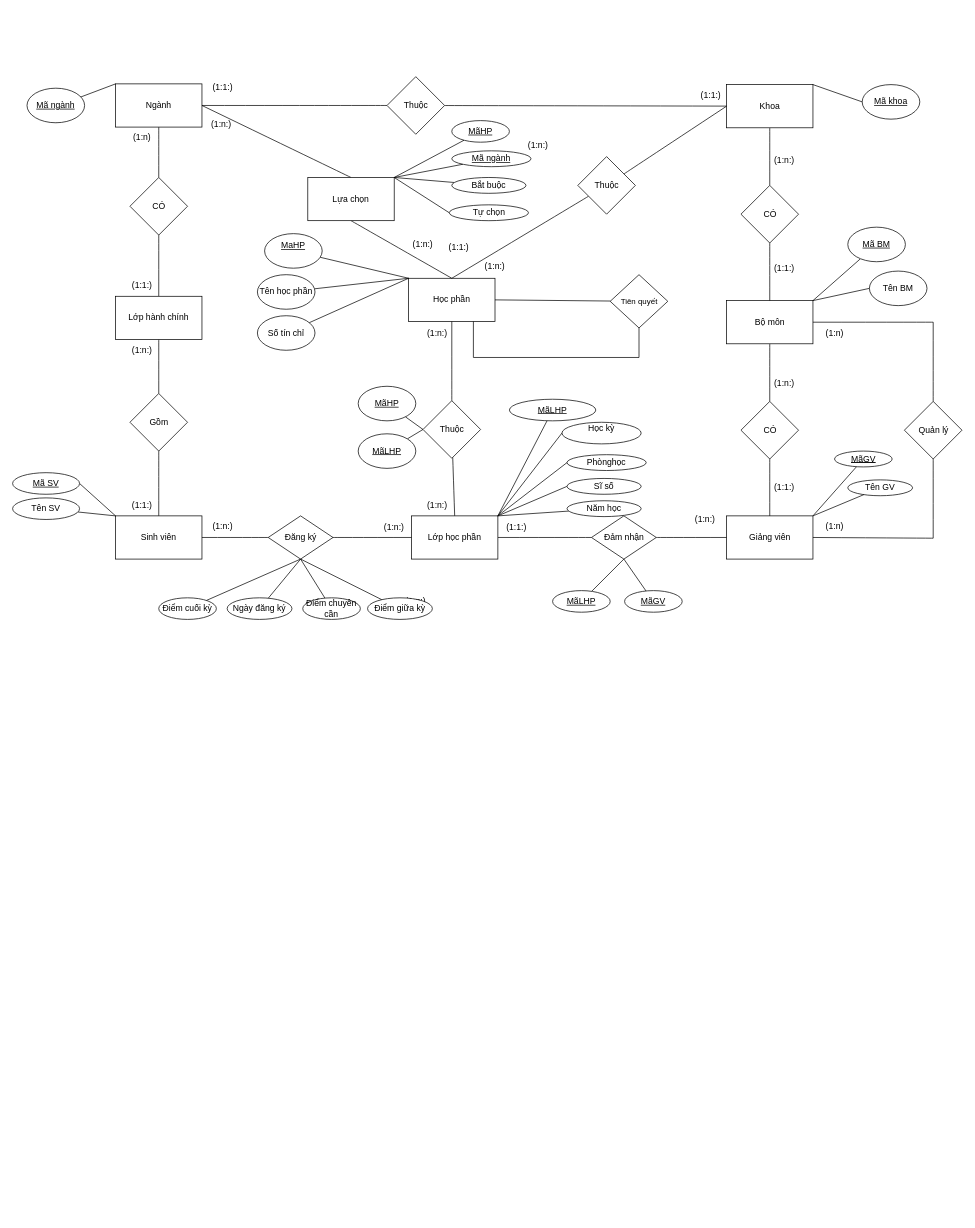
Earlier version of the draw.io diagram Diagram.drawio (daphne02/ASPNET-Ecommerce-WebApp). Source tidied: cells renumbered, new cells numbered last; positions are measured from the earlier drawing's top-left corner, leaving out a move shared by most shapes. Both pictures are drawn from the tidied source at 72%, with x=0, y=0 at pixel (12, 76).
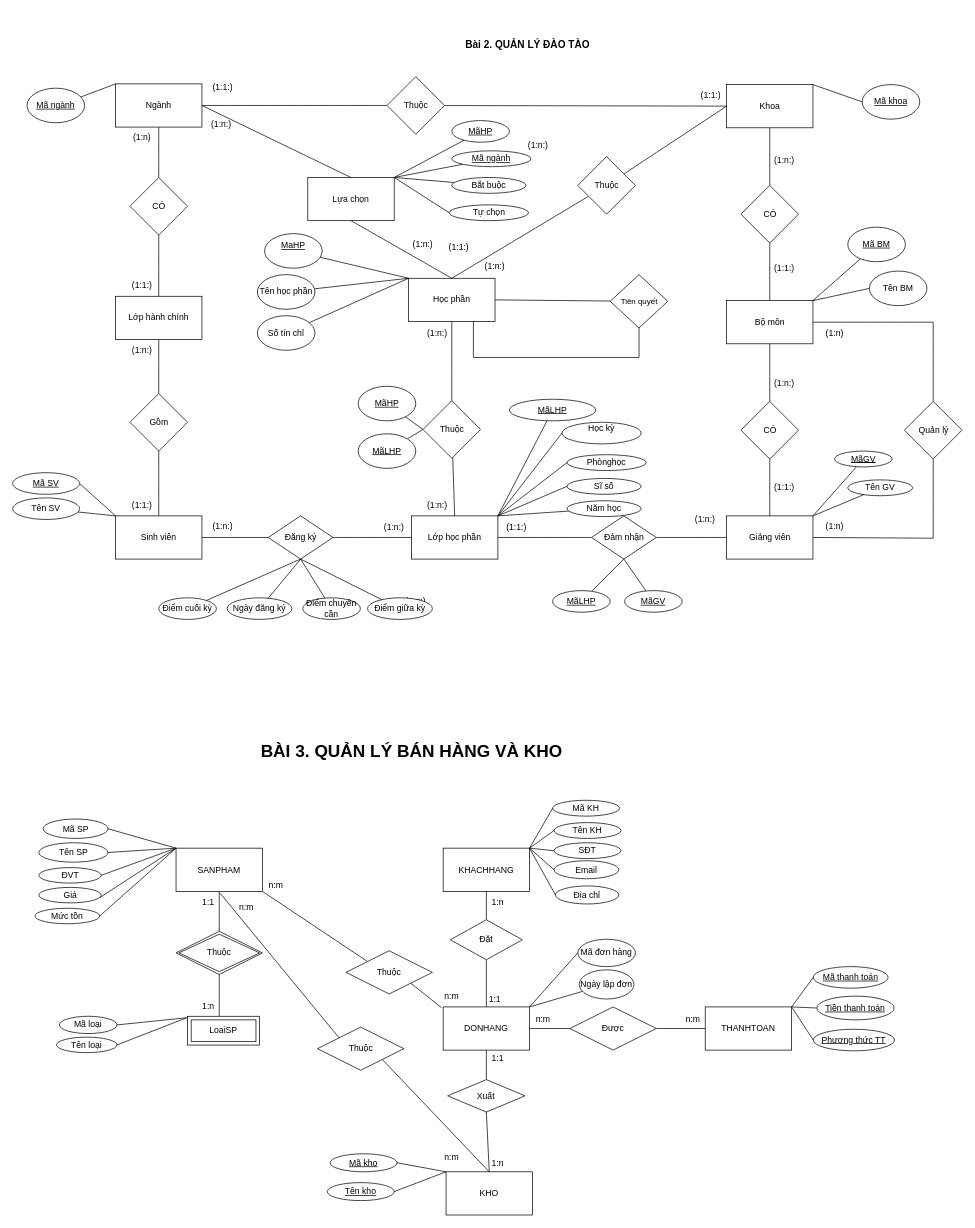
The same diagram, later.

Change to the diagram source:
```diff
@@
+    <mxCell id="130" value="&lt;b&gt;&lt;font style=&quot;font-size: 14px;&quot;&gt;Bài 2. QUẢN LÝ ĐÀO TÀO&lt;/font&gt;&lt;/b&gt;" style="text;html=1;whiteSpace=wrap;strokeColor=none;fillColor=none;align=center;verticalAlign=middle;rounded=0;" parent="1" vertex="1">
+      <mxGeometry x="625" y="-89" width="181" height="89" as="geometry" />
+    </mxCell>
+    <mxCell id="131" value="&lt;b&gt;&lt;font style=&quot;font-size: 24px;&quot;&gt;BÀI 3. QUẢN LÝ BÁN HÀNG VÀ KHO&lt;/font&gt;&lt;/b&gt;" style="text;strokeColor=none;fillColor=none;align=left;verticalAlign=middle;spacingLeft=4;spacingRight=4;overflow=hidden;whiteSpace=wrap;html=1;" parent="1" vertex="1">
+      <mxGeometry x="339" y="904" width="434" height="65" as="geometry" />
+    </mxCell>
+    <mxCell id="132" value="SANPHAM" style="rounded=0;whiteSpace=wrap;html=1;" parent="1" vertex="1">
+      <mxGeometry x="227" y="1071.5" width="120" height="60" as="geometry" />
+    </mxCell>
+    <mxCell id="133" value="KHACHHANG" style="rounded=0;whiteSpace=wrap;html=1;" parent="1" vertex="1">
+      <mxGeometry x="598" y="1071.5" width="120" height="60" as="geometry" />
+    </mxCell>
+    <mxCell id="134" value="DONHANG" style="rounded=0;whiteSpace=wrap;html=1;" parent="1" vertex="1">
+      <mxGeometry x="598" y="1292" width="120" height="60" as="geometry" />
+    </mxCell>
+    <mxCell id="135" value="KHO" style="rounded=0;whiteSpace=wrap;html=1;" parent="1" vertex="1">
+      <mxGeometry x="602" y="1521" width="120" height="60" as="geometry" />
+    </mxCell>
+    <mxCell id="136" value="THANHTOAN" style="rounded=0;whiteSpace=wrap;html=1;" parent="1" vertex="1">
+      <mxGeometry x="962" y="1292" width="120" height="60" as="geometry" />
+    </mxCell>
+    <mxCell id="137" style="endArrow=none;html=1;rounded=0;exitX=0;exitY=0;exitDx=0;exitDy=0;entryX=1;entryY=0.5;entryDx=0;entryDy=0;" parent="1" edge="1" source="132" target="147">
+      <mxGeometry relative="1" as="geometry" />
+    </mxCell>
+    <mxCell id="138" style="endArrow=none;html=1;rounded=0;entryX=0;entryY=0;entryDx=0;entryDy=0;exitX=1;exitY=0.5;exitDx=0;exitDy=0;" parent="1" edge="1" source="146" target="132">
+      <mxGeometry relative="1" as="geometry" />
+    </mxCell>
+    <mxCell id="139" style="endArrow=none;html=1;rounded=0;exitX=1;exitY=0.5;exitDx=0;exitDy=0;entryX=0;entryY=0;entryDx=0;entryDy=0;" parent="1" edge="1" source="145" target="132">
+      <mxGeometry relative="1" as="geometry" />
+    </mxCell>
+    <mxCell id="140" style="endArrow=none;html=1;rounded=0;exitX=1;exitY=0.5;exitDx=0;exitDy=0;entryX=0;entryY=0.5;entryDx=0;entryDy=0;" parent="1" edge="1" source="189" target="136">
+      <mxGeometry relative="1" as="geometry" />
+    </mxCell>
+    <mxCell id="141" style="endArrow=none;html=1;rounded=0;entryX=0.5;entryY=1;entryDx=0;entryDy=0;exitX=0.5;exitY=0;exitDx=0;exitDy=0;" parent="1" edge="1" source="187" target="134">
+      <mxGeometry relative="1" as="geometry" />
+    </mxCell>
+    <mxCell id="142" style="endArrow=none;html=1;rounded=0;entryX=0.5;entryY=1;entryDx=0;entryDy=0;exitX=0.5;exitY=0;exitDx=0;exitDy=0;" parent="1" edge="1" source="185" target="133">
+      <mxGeometry relative="1" as="geometry" />
+    </mxCell>
+    <mxCell id="143" style="endArrow=none;html=1;rounded=0;entryX=0.5;entryY=1;entryDx=0;entryDy=0;exitX=0;exitY=0;exitDx=0;exitDy=0;" parent="1" edge="1" source="182">
+      <mxGeometry relative="1" as="geometry">
+        <mxPoint x="288" y="1133.8" as="targetPoint" />
+      </mxGeometry>
+    </mxCell>
+    <mxCell id="144" style="endArrow=none;html=1;rounded=0;exitX=0.5;exitY=1;exitDx=0;exitDy=0;entryX=0.5;entryY=0;entryDx=0;entryDy=0;" parent="1" edge="1" source="132" target="205">
+      <mxGeometry relative="1" as="geometry">
+        <Array as="points">
+          <mxPoint x="287" y="1148.8" />
+        </Array>
+      </mxGeometry>
+    </mxCell>
+    <mxCell id="145" value="Mã SP" style="ellipse;whiteSpace=wrap;html=1;shapeInside=1;" parent="1" vertex="1">
+      <mxGeometry x="42.5" y="1031" width="90" height="27" as="geometry" />
+    </mxCell>
+    <mxCell id="146" value="Tên SP" style="ellipse;whiteSpace=wrap;html=1;shapeInside=1;" parent="1" vertex="1">
+      <mxGeometry x="36.5" y="1064" width="96" height="27" as="geometry" />
+    </mxCell>
+    <mxCell id="147" value="&lt;div&gt;ĐVT&lt;/div&gt;" style="ellipse;whiteSpace=wrap;html=1;shapeInside=1;" parent="1" vertex="1">
+      <mxGeometry x="36.5" y="1098.5" width="86.5" height="21.5" as="geometry" />
+    </mxCell>
+    <mxCell id="148" value="&lt;div&gt;Giá&lt;/div&gt;" style="ellipse;whiteSpace=wrap;html=1;shapeInside=1;" parent="1" vertex="1">
+      <mxGeometry x="36.5" y="1126" width="86.5" height="21.5" as="geometry" />
+    </mxCell>
+    <mxCell id="149" value="Mức tồn" style="ellipse;whiteSpace=wrap;html=1;shapeInside=1;" parent="1" vertex="1">
+      <mxGeometry x="31" y="1155" width="90" height="21.5" as="geometry" />
+    </mxCell>
+    <mxCell id="150" value="Mã loại" style="ellipse;whiteSpace=wrap;html=1;shapeInside=1;" parent="1" vertex="1">
+      <mxGeometry x="65" y="1305" width="80" height="24" as="geometry" />
+    </mxCell>
+    <mxCell id="151" value="&lt;div&gt;Tên loại&lt;/div&gt;" style="ellipse;whiteSpace=wrap;html=1;shapeInside=1;" parent="1" vertex="1">
+      <mxGeometry x="61" y="1334" width="84" height="21.5" as="geometry" />
+    </mxCell>
+    <mxCell id="152" value="Mã KH" style="ellipse;whiteSpace=wrap;html=1;shapeInside=1;" parent="1" vertex="1">
+      <mxGeometry x="750" y="1005" width="93" height="22" as="geometry" />
+    </mxCell>
+    <mxCell id="153" value="Tên KH" style="ellipse;whiteSpace=wrap;html=1;shapeInside=1;" parent="1" vertex="1">
+      <mxGeometry x="752" y="1036" width="93" height="22" as="geometry" />
+    </mxCell>
+    <mxCell id="154" value="Email" style="ellipse;whiteSpace=wrap;html=1;shapeInside=1;" parent="1" vertex="1">
+      <mxGeometry x="752" y="1089" width="90" height="25" as="geometry" />
+    </mxCell>
+    <mxCell id="155" value="&lt;div&gt;Mã đơn hàng&lt;/div&gt;" style="ellipse;whiteSpace=wrap;html=1;shapeInside=1;" parent="1" vertex="1">
+      <mxGeometry x="785" y="1198" width="80" height="38" as="geometry" />
+    </mxCell>
+    <mxCell id="156" value="Địa chỉ" style="ellipse;whiteSpace=wrap;html=1;shapeInside=1;" parent="1" vertex="1">
+      <mxGeometry x="754" y="1124" width="88" height="25" as="geometry" />
+    </mxCell>
+    <mxCell id="157" value="SĐT" style="ellipse;whiteSpace=wrap;html=1;shapeInside=1;" parent="1" vertex="1">
+      <mxGeometry x="752" y="1064" width="93" height="22" as="geometry" />
+    </mxCell>
+    <mxCell id="158" value="Ngày lập đơn" style="ellipse;whiteSpace=wrap;html=1;shapeInside=1;" parent="1" vertex="1">
+      <mxGeometry x="787" y="1240.5" width="76" height="40.5" as="geometry" />
+    </mxCell>
+    <mxCell id="159" value="Mã kho" style="ellipse;whiteSpace=wrap;html=1;shapeInside=1;fontStyle=4;" parent="1" vertex="1">
+      <mxGeometry x="441" y="1496" width="93" height="25" as="geometry" />
+    </mxCell>
+    <mxCell id="160" value="Tên kho" style="ellipse;whiteSpace=wrap;html=1;shapeInside=1;fontStyle=4;" parent="1" vertex="1">
+      <mxGeometry x="437" y="1536" width="93" height="25" as="geometry" />
+    </mxCell>
+    <mxCell id="161" value="Mã thanh toán" style="ellipse;whiteSpace=wrap;html=1;shapeInside=1;fontStyle=4;" parent="1" vertex="1">
+      <mxGeometry x="1112" y="1236" width="104" height="30" as="geometry" />
+    </mxCell>
+    <mxCell id="162" value="Tiền thanh toán" style="ellipse;whiteSpace=wrap;html=1;shapeInside=1;fontStyle=4;" parent="1" vertex="1">
+      <mxGeometry x="1117" y="1277" width="107.4" height="33" as="geometry" />
+    </mxCell>
+    <mxCell id="163" value="Phương thức TT" style="ellipse;whiteSpace=wrap;html=1;shapeInside=1;fontStyle=4;" parent="1" vertex="1">
+      <mxGeometry x="1112" y="1323" width="113" height="30" as="geometry" />
+    </mxCell>
+    <mxCell id="164" style="endArrow=none;html=1;rounded=0;exitX=0;exitY=0;exitDx=0;exitDy=0;entryX=0.98;entryY=0.649;entryDx=0;entryDy=0;entryPerimeter=0;" parent="1" edge="1" source="132" target="148">
+      <mxGeometry relative="1" as="geometry" />
+    </mxCell>
+    <mxCell id="165" style="endArrow=none;html=1;rounded=0;exitX=0;exitY=0;exitDx=0;exitDy=0;entryX=1;entryY=0.5;entryDx=0;entryDy=0;" parent="1" edge="1" source="132" target="149">
+      <mxGeometry relative="1" as="geometry" />
+    </mxCell>
+    <mxCell id="166" style="endArrow=none;html=1;rounded=0;exitX=0;exitY=1;exitDx=0;exitDy=0;entryX=1;entryY=0.5;entryDx=0;entryDy=0;" parent="1" edge="1" source="198" target="150">
+      <mxGeometry relative="1" as="geometry" />
+    </mxCell>
+    <mxCell id="167" style="endArrow=none;html=1;rounded=0;exitX=0;exitY=1;exitDx=0;exitDy=0;entryX=1;entryY=0.5;entryDx=0;entryDy=0;" parent="1" edge="1" source="198" target="151">
+      <mxGeometry relative="1" as="geometry" />
+    </mxCell>
+    <mxCell id="168" style="endArrow=none;html=1;rounded=0;exitX=0;exitY=0.5;exitDx=0;exitDy=0;entryX=1;entryY=0;entryDx=0;entryDy=0;" parent="1" edge="1" source="153" target="133">
+      <mxGeometry relative="1" as="geometry" />
+    </mxCell>
+    <mxCell id="169" style="endArrow=none;html=1;rounded=0;exitX=0;exitY=0.5;exitDx=0;exitDy=0;entryX=1;entryY=0;entryDx=0;entryDy=0;" parent="1" edge="1" source="156" target="133">
+      <mxGeometry relative="1" as="geometry" />
+    </mxCell>
+    <mxCell id="170" style="endArrow=none;html=1;rounded=0;exitX=0;exitY=0.5;exitDx=0;exitDy=0;entryX=1;entryY=0;entryDx=0;entryDy=0;" parent="1" edge="1" source="154" target="133">
+      <mxGeometry relative="1" as="geometry" />
+    </mxCell>
+    <mxCell id="171" style="endArrow=none;html=1;rounded=0;exitX=0;exitY=0.5;exitDx=0;exitDy=0;entryX=1;entryY=0;entryDx=0;entryDy=0;" parent="1" edge="1" source="157" target="133">
+      <mxGeometry relative="1" as="geometry" />
+    </mxCell>
+    <mxCell id="172" style="endArrow=none;html=1;rounded=0;exitX=0;exitY=0.5;exitDx=0;exitDy=0;entryX=1;entryY=0;entryDx=0;entryDy=0;" parent="1" edge="1" source="152" target="133">
+      <mxGeometry relative="1" as="geometry" />
+    </mxCell>
+    <mxCell id="173" style="endArrow=none;html=1;rounded=0;exitX=1;exitY=0;exitDx=0;exitDy=0;entryX=0;entryY=0.5;entryDx=0;entryDy=0;" parent="1" edge="1" source="134" target="155">
+      <mxGeometry relative="1" as="geometry" />
+    </mxCell>
+    <mxCell id="174" style="endArrow=none;html=1;rounded=0;exitX=1;exitY=0;exitDx=0;exitDy=0;" parent="1" edge="1" source="134" target="158">
+      <mxGeometry relative="1" as="geometry" />
+    </mxCell>
+    <mxCell id="175" style="edgeStyle=orthogonalEdgeStyle;rounded=0;orthogonalLoop=1;jettySize=auto;html=1;innerLoopWaypoints=1;exitX=0.5;exitY=1;exitDx=0;exitDy=0;" parent="1" edge="1" source="160" target="160">
+      <mxGeometry relative="1" as="geometry" />
+    </mxCell>
+    <mxCell id="176" style="endArrow=none;html=1;rounded=0;exitX=0;exitY=0;exitDx=0;exitDy=0;entryX=1;entryY=0.5;entryDx=0;entryDy=0;" parent="1" edge="1" source="135" target="159">
+      <mxGeometry relative="1" as="geometry" />
+    </mxCell>
+    <mxCell id="177" style="endArrow=none;html=1;rounded=0;exitX=0;exitY=0;exitDx=0;exitDy=0;entryX=1;entryY=0.5;entryDx=0;entryDy=0;" parent="1" edge="1" source="135" target="160">
+      <mxGeometry relative="1" as="geometry" />
+    </mxCell>
+    <mxCell id="178" style="endArrow=none;html=1;rounded=0;entryX=1;entryY=0;entryDx=0;entryDy=0;exitX=0;exitY=0.5;exitDx=0;exitDy=0;" parent="1" edge="1" source="161" target="136">
+      <mxGeometry relative="1" as="geometry" />
+    </mxCell>
+    <mxCell id="179" style="endArrow=none;html=1;rounded=0;exitX=0;exitY=0.5;exitDx=0;exitDy=0;entryX=1;entryY=0;entryDx=0;entryDy=0;" parent="1" edge="1" source="162" target="136">
+      <mxGeometry relative="1" as="geometry" />
+    </mxCell>
+    <mxCell id="180" style="endArrow=none;html=1;rounded=0;exitX=0;exitY=0.5;exitDx=0;exitDy=0;entryX=1;entryY=0;entryDx=0;entryDy=0;" parent="1" edge="1" source="163" target="136">
+      <mxGeometry relative="1" as="geometry" />
+    </mxCell>
+    <mxCell id="181" style="edgeStyle=orthogonalEdgeStyle;rounded=0;orthogonalLoop=1;jettySize=auto;html=1;exitX=0.5;exitY=1;exitDx=0;exitDy=0;endArrow=none;endFill=0;" parent="1" edge="1">
+      <mxGeometry relative="1" as="geometry">
+        <mxPoint x="287" y="1243" as="sourcePoint" />
+        <mxPoint x="287" y="1305" as="targetPoint" />
+      </mxGeometry>
+    </mxCell>
+    <mxCell id="182" value="Thuộc" style="shape=rhombus;perimeter=rhombusPerimeter;whiteSpace=wrap;html=1;align=center;" parent="1" vertex="1">
+      <mxGeometry x="423.5" y="1320" width="120" height="60" as="geometry" />
+    </mxCell>
+    <mxCell id="183" style="endArrow=none;html=1;rounded=0;entryX=1;entryY=1;entryDx=0;entryDy=0;exitX=0.5;exitY=0;exitDx=0;exitDy=0;" parent="1" edge="1" source="135" target="182">
+      <mxGeometry relative="1" as="geometry" />
+    </mxCell>
+    <mxCell id="184" style="edgeStyle=orthogonalEdgeStyle;rounded=0;jettySize=auto;html=1;exitX=0.5;exitY=1;exitDx=0;exitDy=0;endArrow=none;endFill=0;" parent="1" edge="1" source="185" target="134">
+      <mxGeometry relative="1" as="geometry" />
+    </mxCell>
+    <mxCell id="185" value="Đặt" style="shape=rhombus;perimeter=rhombusPerimeter;whiteSpace=wrap;html=1;align=center;" parent="1" vertex="1">
+      <mxGeometry x="608" y="1171" width="100" height="55.5" as="geometry" />
+    </mxCell>
+    <mxCell id="186" style="endArrow=none;html=1;rounded=0;entryX=0.5;entryY=1;entryDx=0;entryDy=0;exitX=0.5;exitY=0;exitDx=0;exitDy=0;" parent="1" edge="1" source="135" target="187">
+      <mxGeometry relative="1" as="geometry" />
+    </mxCell>
+    <mxCell id="187" value="Xuất" style="shape=rhombus;perimeter=rhombusPerimeter;whiteSpace=wrap;html=1;align=center;" parent="1" vertex="1">
+      <mxGeometry x="604.3" y="1393" width="107.4" height="45" as="geometry" />
+    </mxCell>
+    <mxCell id="188" style="endArrow=none;html=1;rounded=0;exitX=1;exitY=0.5;exitDx=0;exitDy=0;entryX=0;entryY=0.5;entryDx=0;entryDy=0;" parent="1" edge="1" source="134" target="189">
+      <mxGeometry relative="1" as="geometry" />
+    </mxCell>
+    <mxCell id="189" value="Được" style="shape=rhombus;perimeter=rhombusPerimeter;whiteSpace=wrap;html=1;align=center;" parent="1" vertex="1">
+      <mxGeometry x="774" y="1292" width="120" height="60" as="geometry" />
+    </mxCell>
+    <mxCell id="190" style="rounded=0;jettySize=auto;html=1;exitX=0;exitY=0;exitDx=0;exitDy=0;entryX=1;entryY=1;entryDx=0;entryDy=0;endArrow=none;endFill=0;" parent="1" edge="1" source="192" target="132">
+      <mxGeometry relative="1" as="geometry" />
+    </mxCell>
+    <mxCell id="191" style="rounded=0;jettySize=auto;html=1;exitX=1;exitY=1;exitDx=0;exitDy=0;endArrow=none;endFill=0;" parent="1" edge="1" source="192">
+      <mxGeometry relative="1" as="geometry">
+        <mxPoint x="595.9" y="1293.2" as="targetPoint" />
+      </mxGeometry>
+    </mxCell>
+    <mxCell id="192" value="Thuộc" style="shape=rhombus;perimeter=rhombusPerimeter;whiteSpace=wrap;html=1;align=center;" parent="1" vertex="1">
+      <mxGeometry x="463" y="1214" width="120" height="60" as="geometry" />
+    </mxCell>
+    <mxCell id="193" value="n:m" style="text;html=1;whiteSpace=wrap;strokeColor=none;fillColor=none;align=center;verticalAlign=middle;rounded=0;" parent="1" vertex="1">
+      <mxGeometry x="336" y="1109" width="60" height="30" as="geometry" />
+    </mxCell>
+    <mxCell id="194" value="n:m" style="text;html=1;whiteSpace=wrap;strokeColor=none;fillColor=none;align=center;verticalAlign=middle;rounded=0;" parent="1" vertex="1">
+      <mxGeometry x="580" y="1262" width="60" height="30" as="geometry" />
+    </mxCell>
+    <mxCell id="195" value="n:m" style="text;html=1;whiteSpace=wrap;strokeColor=none;fillColor=none;align=center;verticalAlign=middle;rounded=0;" parent="1" vertex="1">
+      <mxGeometry x="295" y="1139" width="60" height="30" as="geometry" />
+    </mxCell>
+    <mxCell id="196" value="n:m" style="text;html=1;whiteSpace=wrap;strokeColor=none;fillColor=none;align=center;verticalAlign=middle;rounded=0;" parent="1" vertex="1">
+      <mxGeometry x="580" y="1486" width="60" height="30" as="geometry" />
+    </mxCell>
+    <mxCell id="197" value="1:1" style="text;html=1;whiteSpace=wrap;strokeColor=none;fillColor=none;align=center;verticalAlign=middle;rounded=0;" parent="1" vertex="1">
+      <mxGeometry x="242" y="1131.5" width="60" height="30" as="geometry" />
+    </mxCell>
+    <mxCell id="198" value="1:n" style="text;html=1;whiteSpace=wrap;strokeColor=none;fillColor=none;align=center;verticalAlign=middle;rounded=0;" parent="1" vertex="1">
+      <mxGeometry x="242" y="1277" width="60" height="30" as="geometry" />
+    </mxCell>
+    <mxCell id="199" value="1:n" style="text;html=1;whiteSpace=wrap;strokeColor=none;fillColor=none;align=center;verticalAlign=middle;rounded=0;" parent="1" vertex="1">
+      <mxGeometry x="644" y="1131.5" width="60" height="30" as="geometry" />
+    </mxCell>
+    <mxCell id="200" value="1:1" style="text;html=1;whiteSpace=wrap;strokeColor=none;fillColor=none;align=center;verticalAlign=middle;rounded=0;" parent="1" vertex="1">
+      <mxGeometry x="640" y="1266" width="60" height="30" as="geometry" />
+    </mxCell>
+    <mxCell id="201" value="1:1" style="text;html=1;whiteSpace=wrap;strokeColor=none;fillColor=none;align=center;verticalAlign=middle;rounded=0;" parent="1" vertex="1">
+      <mxGeometry x="644" y="1352" width="60" height="23" as="geometry" />
+    </mxCell>
+    <mxCell id="202" value="1:n" style="text;html=1;whiteSpace=wrap;strokeColor=none;fillColor=none;align=center;verticalAlign=middle;rounded=0;" parent="1" vertex="1">
+      <mxGeometry x="644" y="1496" width="60" height="27" as="geometry" />
+    </mxCell>
+    <mxCell id="203" value="n:m" style="text;html=1;whiteSpace=wrap;strokeColor=none;fillColor=none;align=center;verticalAlign=middle;rounded=0;" parent="1" vertex="1">
+      <mxGeometry x="707" y="1295" width="60" height="30" as="geometry" />
+    </mxCell>
+    <mxCell id="204" value="n:m" style="text;html=1;whiteSpace=wrap;strokeColor=none;fillColor=none;align=center;verticalAlign=middle;rounded=0;" parent="1" vertex="1">
+      <mxGeometry x="915" y="1295" width="60" height="30" as="geometry" />
+    </mxCell>
+    <mxCell id="205" value="Thuộc" style="shape=rhombus;double=1;perimeter=rhombusPerimeter;whiteSpace=wrap;html=1;align=center;" parent="1" vertex="1">
+      <mxGeometry x="227" y="1187" width="120" height="60" as="geometry" />
+    </mxCell>
+    <mxCell id="206" value="LoaiSP" style="shape=ext;margin=3;double=1;whiteSpace=wrap;html=1;align=center;" parent="1" vertex="1">
+      <mxGeometry x="243" y="1305" width="100" height="40" as="geometry" />
+    </mxCell>
```
